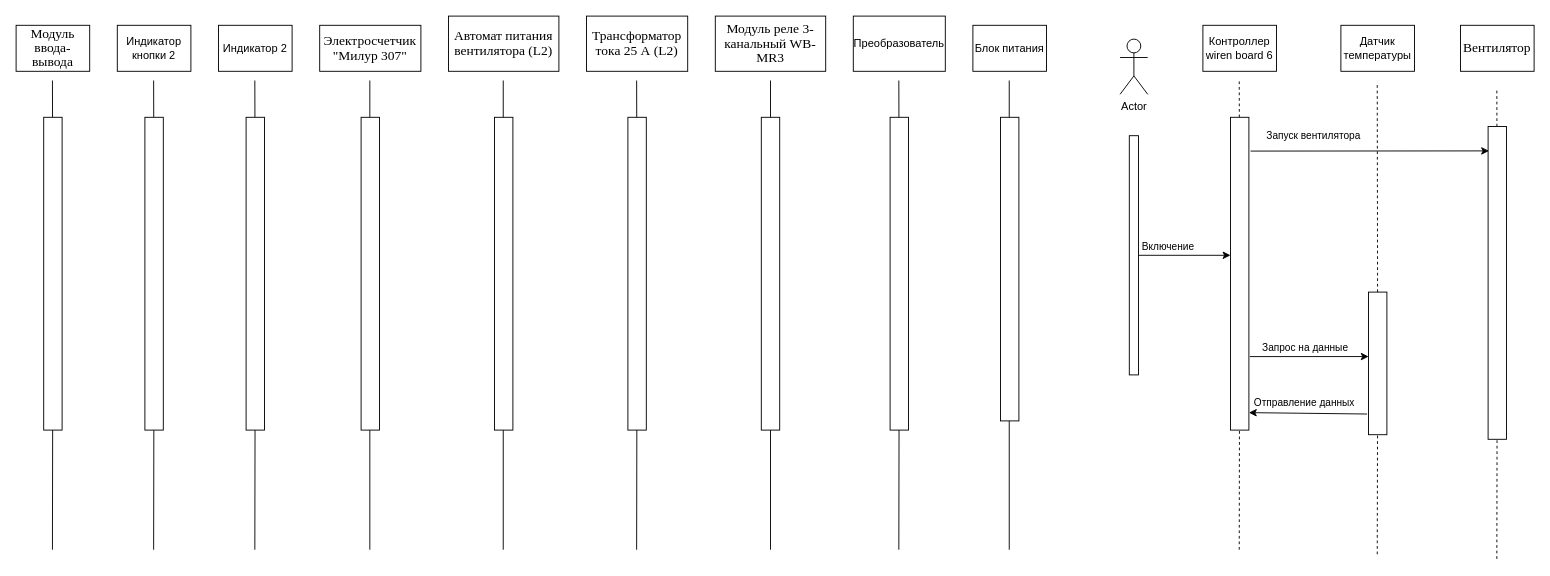
This is 4 практика.drawio from Merfarion/Diagrams-and-schemes, a draw.io file, before an edit. Source tidied: cells renumbered, new cells numbered last; positions are measured from the earlier drawing's top-left corner, leaving out a move shared by most shapes. Both pictures are drawn from the tidied source at 92%, with x=0, y=0 at pixel (16, 16).
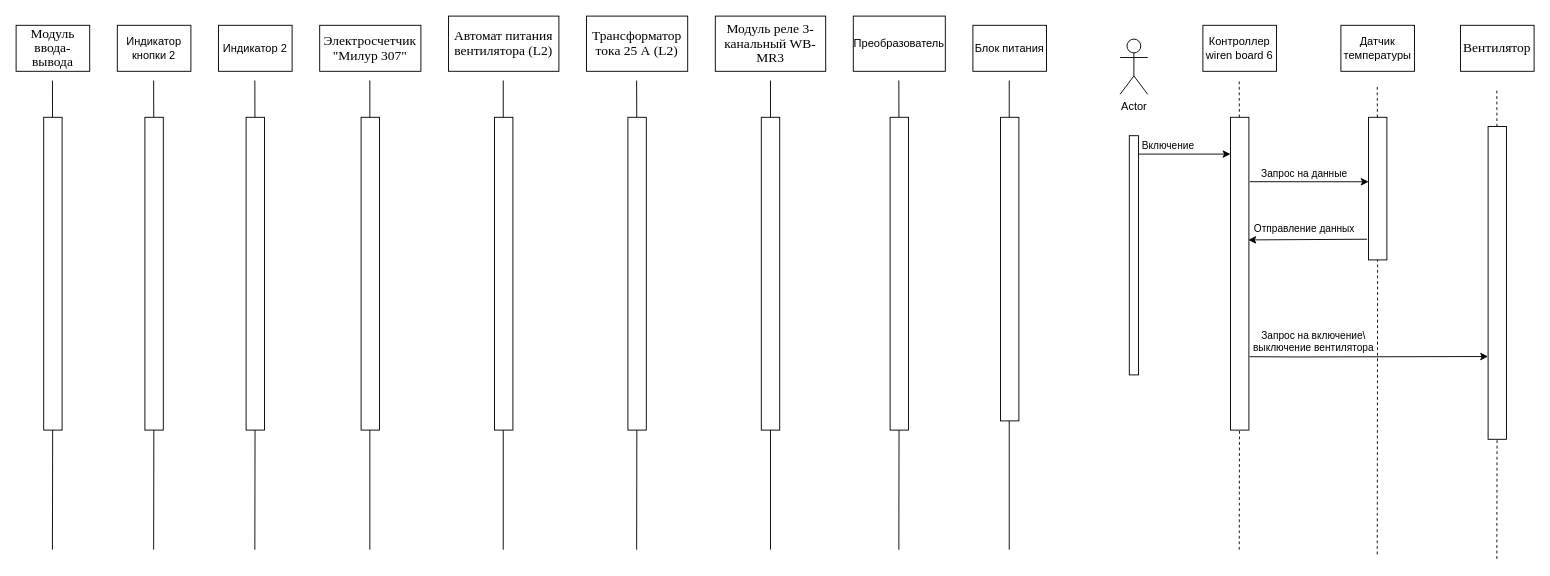
After the change.

Unchanged cells that the change refers to:
```xml
<mxCell id="15" style="rounded=0;whiteSpace=wrap;html=1;" parent="1" vertex="1">
  <mxGeometry x="1210" y="130" width="10" height="260" as="geometry" />
</mxCell>
<mxCell id="33" style="rounded=0;whiteSpace=wrap;html=1;" parent="1" vertex="1">
  <mxGeometry x="1320" y="110" width="20" height="340" as="geometry" />
</mxCell>
<mxCell id="46" style="rounded=0;whiteSpace=wrap;html=1;" parent="1" vertex="1">
  <mxGeometry x="1600" y="120" width="20" height="340" as="geometry" />
</mxCell>
```

The edit, as a diff of the source:
```diff
@@
     <mxCell id="28" style="rounded=0;whiteSpace=wrap;html=1;" parent="1" vertex="1">
-      <mxGeometry x="1470" y="300" width="20" height="155" as="geometry" />
+      <mxGeometry x="1470" y="110" width="20" height="155" as="geometry" />
     </mxCell>
@@
-    <mxCell id="48" style="endArrow=classic;html=1;" parent="1" edge="1" source="15">
+    <mxCell id="48" style="endArrow=classic;html=1;" parent="1" edge="1">
       <mxGeometry relative="1" as="geometry">
-        <mxPoint x="1320" y="260" as="targetPoint" />
+        <mxPoint x="1220" y="150" as="sourcePoint" />
+        <mxPoint x="1320" y="150" as="targetPoint" />
       </mxGeometry>
     </mxCell>
@@
-    <mxCell id="50" style="endArrow=classic;html=1;entryX=0.008;entryY=0.452;entryDx=0;entryDy=0;exitX=1.051;exitY=0.765;exitDx=0;exitDy=0;exitPerimeter=0;entryPerimeter=0;" parent="1" edge="1" source="33" target="28">
-      <mxGeometry relative="1" as="geometry" />
+    <mxCell id="50" style="endArrow=classic;html=1;entryX=0.008;entryY=0.452;entryDx=0;entryDy=0;entryPerimeter=0;" parent="1" edge="1" target="28">
+      <mxGeometry relative="1" as="geometry">
+        <mxPoint x="1341" y="180" as="sourcePoint" />
+      </mxGeometry>
     </mxCell>
@@
-    <mxCell id="52" style="endArrow=classic;html=1;exitX=-0.075;exitY=0.855;exitDx=0;exitDy=0;exitPerimeter=0;" parent="1" edge="1" source="28">
-      <mxGeometry relative="1" as="geometry">
-        <mxPoint x="1340" y="431" as="targetPoint" />
-      </mxGeometry>
+    <mxCell id="52" style="endArrow=classic;html=1;exitX=-0.075;exitY=0.855;exitDx=0;exitDy=0;exitPerimeter=0;entryX=0.967;entryY=0.392;entryDx=0;entryDy=0;entryPerimeter=0;" parent="1" edge="1" source="28" target="33">
+      <mxGeometry relative="1" as="geometry" />
     </mxCell>
@@
-    <mxCell id="54" style="endArrow=classic;html=1;exitX=1.092;exitY=0.108;exitDx=0;exitDy=0;exitPerimeter=0;entryX=0.05;entryY=0.078;entryDx=0;entryDy=0;entryPerimeter=0;" parent="1" edge="1" source="33" target="46">
-      <mxGeometry relative="1" as="geometry" />
+    <mxCell id="54" style="endArrow=classic;html=1;exitX=1.092;exitY=0.108;exitDx=0;exitDy=0;exitPerimeter=0;entryX=0.05;entryY=0.078;entryDx=0;entryDy=0;entryPerimeter=0;" parent="1" edge="1">
+      <mxGeometry relative="1" as="geometry">
+        <mxPoint x="1340.8" y="370.2" as="sourcePoint" />
+        <mxPoint x="1600" y="370" as="targetPoint" />
+        <Array as="points">
+          <mxPoint x="1389" y="370.5" />
+        </Array>
+      </mxGeometry>
     </mxCell>
-    <mxCell id="55" value="Запуск вентилятора" style="edgeLabel;html=1;align=center;verticalAlign=middle;" parent="54" vertex="1">
+    <mxCell id="55" value="Запрос на включение\&lt;br&gt;выключение вентилятора" style="edgeLabel;html=1;align=center;verticalAlign=middle;" parent="54" vertex="1">
       <mxGeometry x="-0.61" y="3" relative="1" as="geometry">
-        <mxPoint x="17" y="-14" as="offset" />
+        <mxPoint x="18" y="-14" as="offset" />
       </mxGeometry>
     </mxCell>
```
